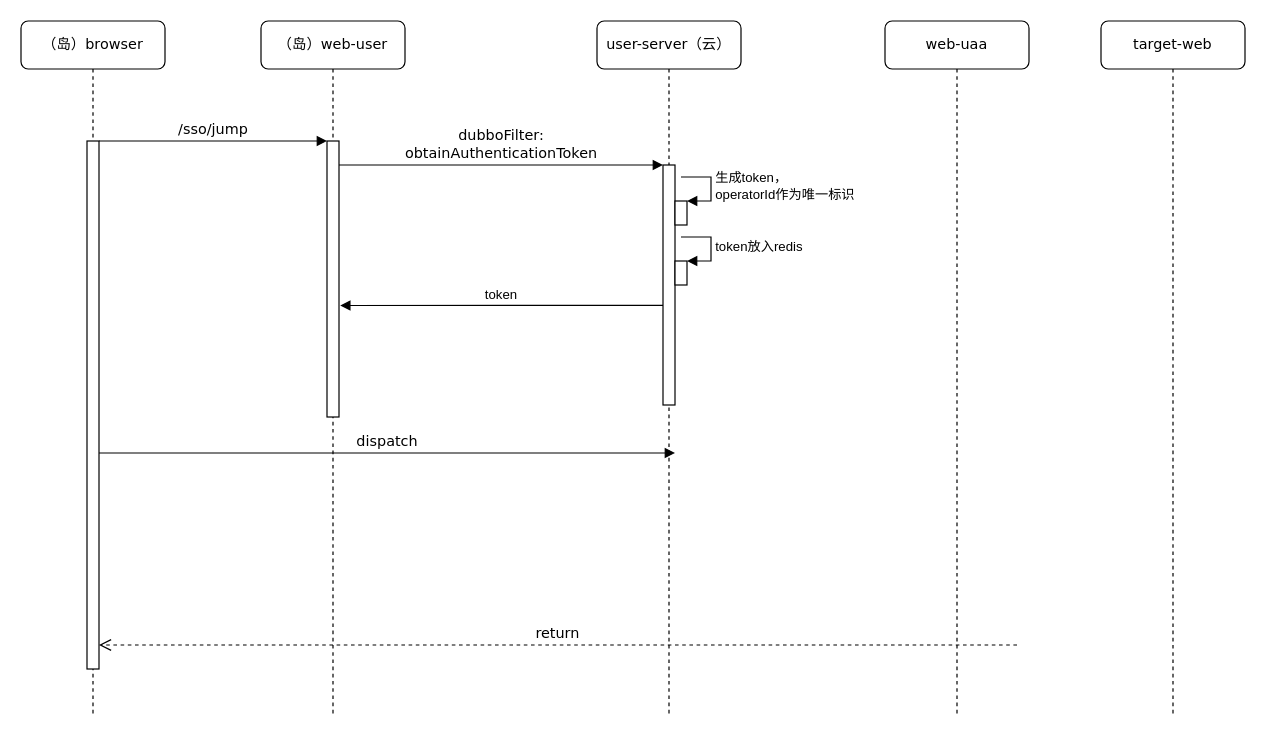
The draw.io diagram token授信.drawio in ezuike/app.diagrams.net, before the edit. Source tidied: cells renumbered, new cells numbered last; positions are measured from the earlier drawing's top-left corner, leaving out a move shared by most shapes. Both pictures are drawn from the tidied source at 120%, with x=0, y=0 at pixel (20, 20).
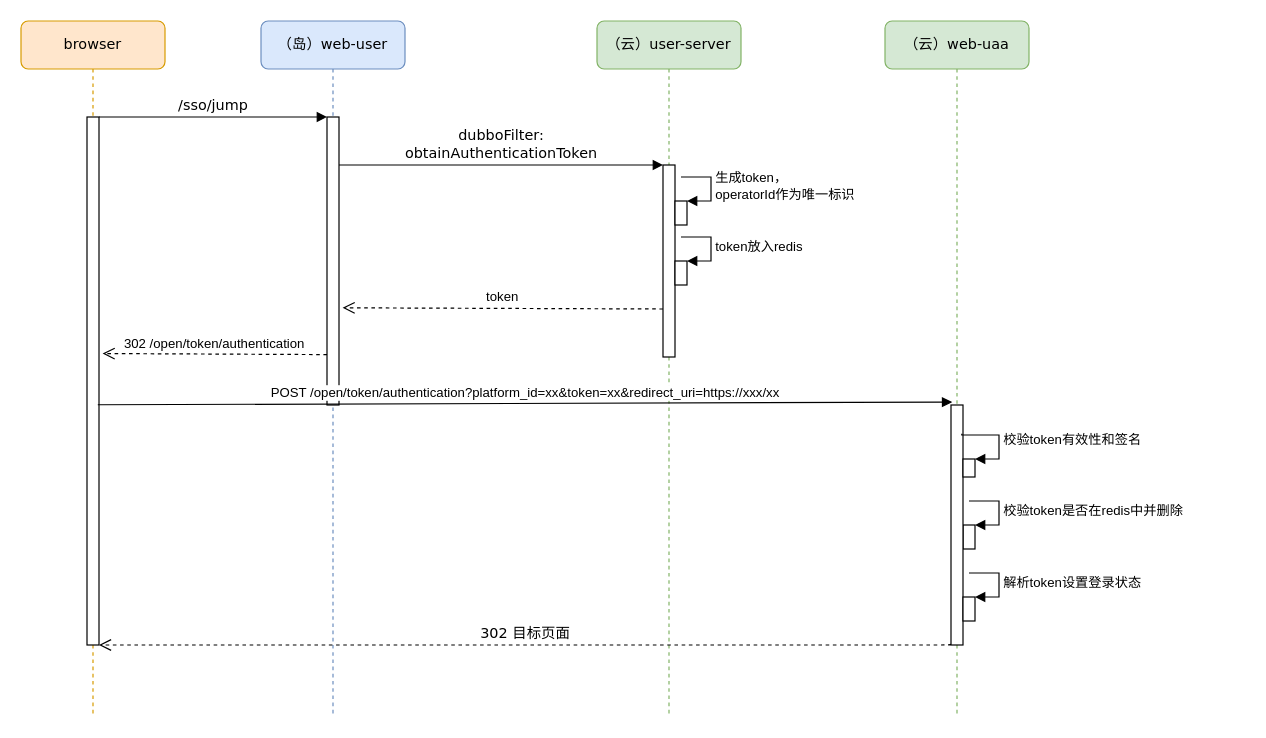
The same page after the edit.

The edit, as a diff of the source:
```diff
@@
-    <mxCell id="2" value="（岛）web-user" style="shape=umlLifeline;perimeter=lifelinePerimeter;whiteSpace=wrap;html=1;rounded=1;shadow=0;comic=0;labelBackgroundColor=none;strokeWidth=1;fontFamily=Verdana;fontSize=12;align=center;" parent="1" vertex="1">
+    <mxCell id="2" value="（岛）web-user" style="shape=umlLifeline;perimeter=lifelinePerimeter;whiteSpace=wrap;html=1;rounded=1;shadow=0;comic=0;labelBackgroundColor=none;strokeWidth=1;fontFamily=Verdana;fontSize=12;align=center;fillColor=#dae8fc;strokeColor=#6c8ebf;" parent="1" vertex="1">
       <mxGeometry x="200" width="120" height="580" as="geometry" />
     </mxCell>
     <mxCell id="3" style="html=1;points=[];perimeter=orthogonalPerimeter;rounded=0;shadow=0;comic=0;labelBackgroundColor=none;strokeWidth=1;fontFamily=Verdana;fontSize=12;align=center;" parent="2" vertex="1">
-      <mxGeometry x="55" y="100" width="10" height="230" as="geometry" />
+      <mxGeometry x="55" y="80" width="10" height="240" as="geometry" />
     </mxCell>
-    <mxCell id="4" value="user-server（云）" style="shape=umlLifeline;perimeter=lifelinePerimeter;whiteSpace=wrap;html=1;rounded=1;shadow=0;comic=0;labelBackgroundColor=none;strokeWidth=1;fontFamily=Verdana;fontSize=12;align=center;" parent="1" vertex="1">
+    <mxCell id="4" value="（云）user-server" style="shape=umlLifeline;perimeter=lifelinePerimeter;whiteSpace=wrap;html=1;rounded=1;shadow=0;comic=0;labelBackgroundColor=none;strokeWidth=1;fontFamily=Verdana;fontSize=12;align=center;fillColor=#d5e8d4;strokeColor=#82b366;" parent="1" vertex="1">
       <mxGeometry x="480" width="120" height="580" as="geometry" />
     </mxCell>
     <mxCell id="5" style="html=1;points=[];perimeter=orthogonalPerimeter;rounded=0;shadow=0;comic=0;labelBackgroundColor=none;strokeWidth=1;fontFamily=Verdana;fontSize=12;align=center;" parent="4" vertex="1">
-      <mxGeometry x="55" y="120" width="10" height="200" as="geometry" />
+      <mxGeometry x="55" y="120" width="10" height="160" as="geometry" />
     </mxCell>
@@
-    <mxCell id="10" value="web-uaa" style="shape=umlLifeline;perimeter=lifelinePerimeter;whiteSpace=wrap;html=1;rounded=1;shadow=0;comic=0;labelBackgroundColor=none;strokeWidth=1;fontFamily=Verdana;fontSize=12;align=center;" parent="1" vertex="1">
+    <mxCell id="10" value="（云）web-uaa" style="shape=umlLifeline;perimeter=lifelinePerimeter;whiteSpace=wrap;html=1;rounded=1;shadow=0;comic=0;labelBackgroundColor=none;strokeWidth=1;fontFamily=Verdana;fontSize=12;align=center;fillColor=#d5e8d4;strokeColor=#82b366;" parent="1" vertex="1">
       <mxGeometry x="720" width="120" height="580" as="geometry" />
     </mxCell>
+    <mxCell id="19" style="html=1;points=[];perimeter=orthogonalPerimeter;" parent="10" vertex="1">
+      <mxGeometry x="65" y="420" width="10" height="20" as="geometry" />
+    </mxCell>
-    <mxCell id="11" value="（岛）browser" style="shape=umlLifeline;perimeter=lifelinePerimeter;whiteSpace=wrap;html=1;rounded=1;shadow=0;comic=0;labelBackgroundColor=none;strokeWidth=1;fontFamily=Verdana;fontSize=12;align=center;" parent="1" vertex="1">
+    <mxCell id="11" value="browser" style="shape=umlLifeline;perimeter=lifelinePerimeter;whiteSpace=wrap;html=1;rounded=1;shadow=0;comic=0;labelBackgroundColor=none;strokeWidth=1;fontFamily=Verdana;fontSize=12;align=center;fillColor=#ffe6cc;strokeColor=#d79b00;" parent="1" vertex="1">
       <mxGeometry width="120" height="580" as="geometry" />
     </mxCell>
     <mxCell id="12" style="html=1;points=[];perimeter=orthogonalPerimeter;rounded=0;shadow=0;comic=0;labelBackgroundColor=none;strokeWidth=1;fontFamily=Verdana;fontSize=12;align=center;" parent="11" vertex="1">
-      <mxGeometry x="55" y="100" width="10" height="440" as="geometry" />
+      <mxGeometry x="55" y="80" width="10" height="440" as="geometry" />
     </mxCell>
-    <mxCell id="13" value="dispatch" style="html=1;verticalAlign=bottom;endArrow=block;entryX=0;entryY=0;labelBackgroundColor=none;fontFamily=Verdana;fontSize=12;" parent="1" edge="1" source="12">
-      <mxGeometry relative="1" as="geometry">
-        <mxPoint x="545" y="360" as="targetPoint" />
-      </mxGeometry>
-    </mxCell>
-    <mxCell id="14" value="return" style="html=1;verticalAlign=bottom;endArrow=open;dashed=1;endSize=8;labelBackgroundColor=none;fontFamily=Verdana;fontSize=12;edgeStyle=elbowEdgeStyle;elbow=vertical;" parent="1" edge="1" target="12">
+    <mxCell id="14" value="302 目标页面" style="html=1;verticalAlign=bottom;endArrow=open;dashed=1;endSize=8;labelBackgroundColor=none;fontFamily=Verdana;fontSize=12;edgeStyle=elbowEdgeStyle;elbow=vertical;exitX=0;exitY=0.995;exitDx=0;exitDy=0;exitPerimeter=0;" parent="1" edge="1" source="21" target="12">
       <mxGeometry relative="1" as="geometry">
-        <mxPoint x="830" y="520" as="sourcePoint" />
         <Array as="points">
           <mxPoint x="530" y="520" />
         </Array>
       </mxGeometry>
     </mxCell>
@@
-    <mxCell id="17" value="token" style="html=1;verticalAlign=bottom;endArrow=block;exitX=0;exitY=0.585;exitDx=0;exitDy=0;exitPerimeter=0;entryX=1.1;entryY=0.596;entryDx=0;entryDy=0;entryPerimeter=0;" parent="1" edge="1" source="5" target="3">
-      <mxGeometry relative="1" as="geometry" />
+    <mxCell id="17" value="token" style="html=1;verticalAlign=bottom;endArrow=open;dashed=1;endSize=8;exitX=0;exitY=0.75;exitDx=0;exitDy=0;exitPerimeter=0;" parent="1" edge="1" source="5">
+      <mxGeometry relative="1" as="geometry">
+        <mxPoint x="268" y="239" as="targetPoint" />
+      </mxGeometry>
     </mxCell>
-    <mxCell id="18" value="target-web" style="shape=umlLifeline;perimeter=lifelinePerimeter;whiteSpace=wrap;html=1;rounded=1;shadow=0;comic=0;labelBackgroundColor=none;strokeWidth=1;fontFamily=Verdana;fontSize=12;align=center;" parent="1" vertex="1">
-      <mxGeometry x="900" width="120" height="580" as="geometry" />
-    </mxCell>
+    <mxCell id="20" value="302 /open/token/authentication" style="html=1;verticalAlign=bottom;endArrow=open;dashed=1;endSize=8;exitX=0;exitY=0.825;exitDx=0;exitDy=0;exitPerimeter=0;entryX=1.3;entryY=0.448;entryDx=0;entryDy=0;entryPerimeter=0;" parent="1" edge="1" source="3" target="12">
+      <mxGeometry relative="1" as="geometry" />
+    </mxCell>
+    <mxCell id="21" style="html=1;points=[];perimeter=orthogonalPerimeter;" parent="1" vertex="1">
+      <mxGeometry x="775" y="320" width="10" height="200" as="geometry" />
+    </mxCell>
+    <mxCell id="22" value="POST /open/token/authentication?platform_id=xx&amp;amp;token=xx&amp;amp;redirect_uri=https://xxx/xx" style="html=1;verticalAlign=bottom;endArrow=block;exitX=0.9;exitY=0.545;exitDx=0;exitDy=0;exitPerimeter=0;entryX=0.1;entryY=-0.012;entryDx=0;entryDy=0;entryPerimeter=0;" parent="1" edge="1" source="12" target="21">
+      <mxGeometry relative="1" as="geometry" />
+    </mxCell>
+    <mxCell id="23" style="html=1;points=[];perimeter=orthogonalPerimeter;" parent="1" vertex="1">
+      <mxGeometry x="785" y="365" width="10" height="15" as="geometry" />
+    </mxCell>
+    <mxCell id="24" value="校验token有效性和签名" style="edgeStyle=orthogonalEdgeStyle;html=1;align=left;spacingLeft=2;endArrow=block;rounded=0;entryX=1;entryY=0;exitX=0.9;exitY=0.12;exitDx=0;exitDy=0;exitPerimeter=0;" parent="1" edge="1" source="21" target="23">
+      <mxGeometry relative="1" as="geometry">
+        <Array as="points">
+          <mxPoint x="784" y="345" />
+          <mxPoint x="815" y="345" />
+          <mxPoint x="815" y="365" />
+        </Array>
+      </mxGeometry>
+    </mxCell>
+    <mxCell id="25" style="html=1;points=[];perimeter=orthogonalPerimeter;" parent="1" vertex="1">
+      <mxGeometry x="785" y="480" width="10" height="20" as="geometry" />
+    </mxCell>
+    <mxCell id="26" value="解析token设置登录状态" style="edgeStyle=orthogonalEdgeStyle;html=1;align=left;spacingLeft=2;endArrow=block;rounded=0;entryX=1;entryY=0;" parent="1" edge="1" target="25">
+      <mxGeometry relative="1" as="geometry">
+        <mxPoint x="790" y="460" as="sourcePoint" />
+        <Array as="points">
+          <mxPoint x="815" y="460" />
+        </Array>
+      </mxGeometry>
+    </mxCell>
+    <mxCell id="27" value="校验token是否在redis中并删除" style="edgeStyle=orthogonalEdgeStyle;html=1;align=left;spacingLeft=2;endArrow=block;rounded=0;entryX=1;entryY=0;" parent="1" edge="1" target="19">
+      <mxGeometry relative="1" as="geometry">
+        <mxPoint x="790" y="400" as="sourcePoint" />
+        <Array as="points">
+          <mxPoint x="815" y="400" />
+          <mxPoint x="815" y="420" />
+        </Array>
+      </mxGeometry>
+    </mxCell>
```
